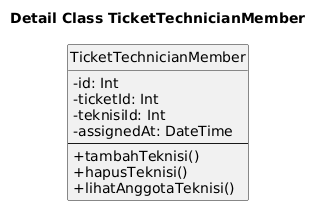
Above: docs/plantuml/detail-classes/detail-class-ticket-technician-member.png in janbu12/nemafi-be (PlantUML), before the change.
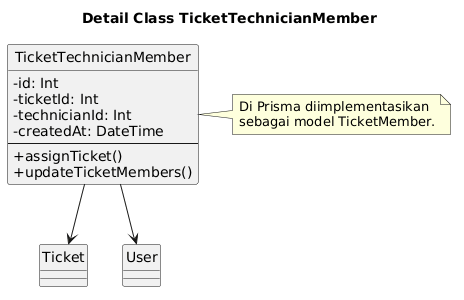
The same file after the commit.

Diff of the diagram source:
```diff
@@ -2,16 +2,25 @@
 title Detail Class TicketTechnicianMember
 
 skinparam classAttributeIconSize 0
+skinparam shadowing false
+skinparam defaultFontName "Times New Roman"
 hide circle
 
 class TicketTechnicianMember {
   - id: Int
   - ticketId: Int
-  - teknisiId: Int
-  - assignedAt: DateTime
+  - technicianId: Int
+  - createdAt: DateTime
   --
-  + tambahTeknisi()
-  + hapusTeknisi()
-  + lihatAnggotaTeknisi()
+  + assignTicket()
+  + updateTicketMembers()
 }
+
+note right of TicketTechnicianMember
+Di Prisma diimplementasikan
+sebagai model TicketMember.
+end note
+
+TicketTechnicianMember --> Ticket
+TicketTechnicianMember --> User
 @enduml
```
